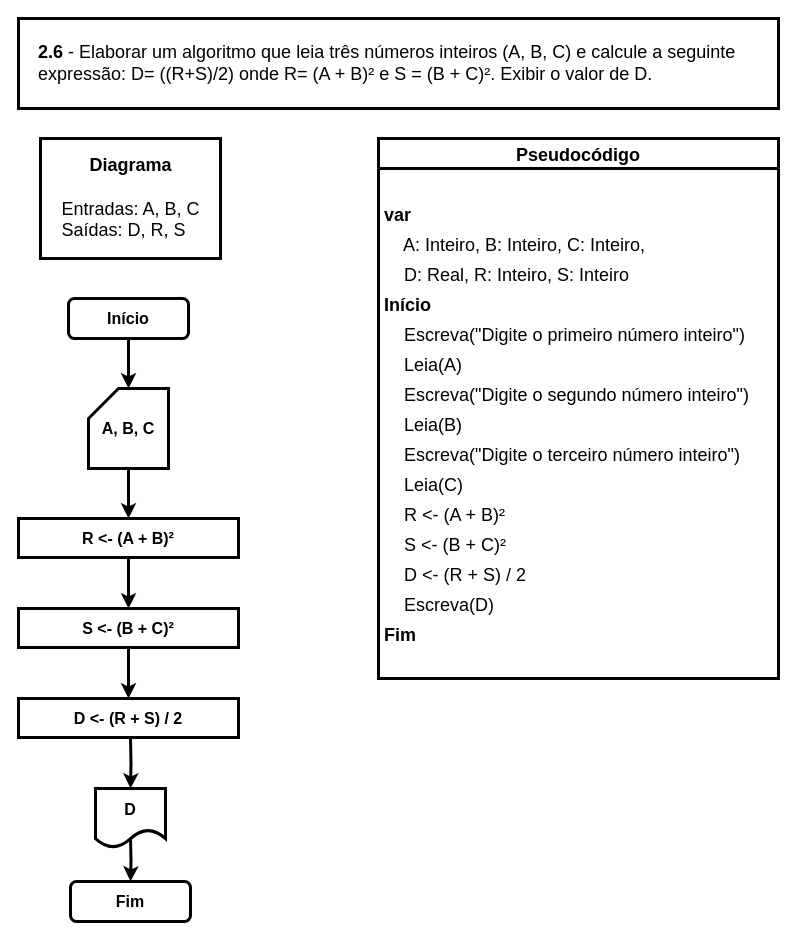
This is page "Ex. 2.6" (10 of 14) of exercicios.drawio from iSamekh/draw.io, a draw.io file, before an edit. Source tidied: cells renumbered, new cells numbered last; positions are measured from the earlier drawing's top-left corner, leaving out a move shared by most shapes. Both pictures are drawn from the tidied source at 100%, with x=0, y=0 at pixel (18, 18).
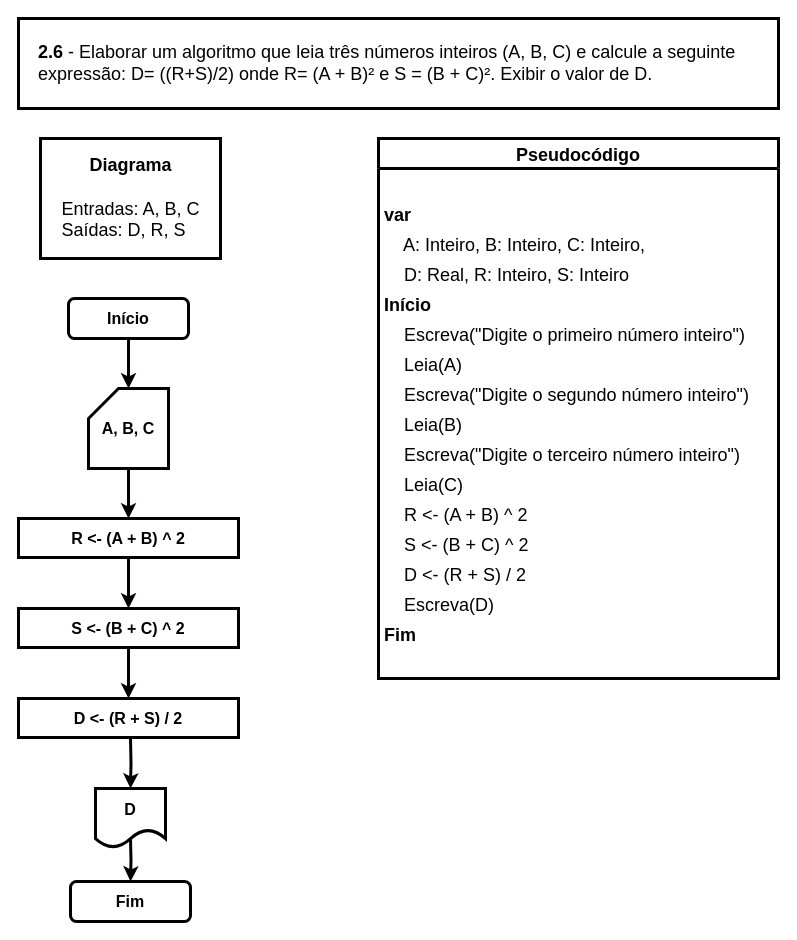
Above is the later version.

The change refers to these unchanged cells:
```xml
<mxCell id="11" value="Pseudocódigo" style="swimlane;fontStyle=1;horizontal=1;startSize=30;rounded=0;shadow=0;labelBackgroundColor=#FFFFFF;labelBorderColor=none;sketch=0;fillStyle=auto;strokeColor=default;strokeWidth=3;fillColor=default;swimlaneLine=1;glass=0;arcSize=20;fontSize=18;spacing=10;" parent="1" vertex="1">
  <mxGeometry x="360" y="120" width="400" height="540" as="geometry" />
</mxCell>
```

What changed in the source:
```diff
@@
-    <mxCell id="10" value="R &amp;lt;- (A + B)²" style="rounded=0;whiteSpace=wrap;html=1;fontStyle=1;fontSize=16;strokeWidth=3;" parent="1" vertex="1">
+    <mxCell id="10" value="R &amp;lt;- (A + B) ^ 2" style="rounded=0;whiteSpace=wrap;html=1;fontStyle=1;fontSize=16;strokeWidth=3;" parent="1" vertex="1">
       <mxGeometry y="500" width="220" height="39" as="geometry" />
     </mxCell>
@@
-    <mxCell id="23" value="    R &lt;- (A + B)²" style="text;strokeColor=none;fillColor=none;align=left;verticalAlign=middle;spacingLeft=4;spacingRight=4;overflow=hidden;rounded=1;shadow=0;labelBackgroundColor=none;labelBorderColor=none;sketch=1;fillStyle=auto;strokeWidth=3;fontStyle=0;fontSize=18;" parent="11" vertex="1">
+    <mxCell id="23" value="    R &lt;- (A + B) ^ 2" style="text;strokeColor=none;fillColor=none;align=left;verticalAlign=middle;spacingLeft=4;spacingRight=4;overflow=hidden;rounded=1;shadow=0;labelBackgroundColor=none;labelBorderColor=none;sketch=1;fillStyle=auto;strokeWidth=3;fontStyle=0;fontSize=18;" parent="11" vertex="1">
       <mxGeometry y="360" width="400" height="30" as="geometry" />
     </mxCell>
-    <mxCell id="24" value="    S &lt;- (B + C)²" style="text;strokeColor=none;fillColor=none;align=left;verticalAlign=middle;spacingLeft=4;spacingRight=4;overflow=hidden;rounded=1;shadow=0;labelBackgroundColor=none;labelBorderColor=none;sketch=1;fillStyle=auto;strokeWidth=3;fontStyle=0;fontSize=18;" parent="11" vertex="1">
+    <mxCell id="24" value="    S &lt;- (B + C) ^ 2" style="text;strokeColor=none;fillColor=none;align=left;verticalAlign=middle;spacingLeft=4;spacingRight=4;overflow=hidden;rounded=1;shadow=0;labelBackgroundColor=none;labelBorderColor=none;sketch=1;fillStyle=auto;strokeWidth=3;fontStyle=0;fontSize=18;" parent="11" vertex="1">
       <mxGeometry y="390" width="400" height="30" as="geometry" />
     </mxCell>
@@
-    <mxCell id="32" value="S &amp;lt;- (B + C)²" style="rounded=0;whiteSpace=wrap;html=1;fontStyle=1;fontSize=16;strokeWidth=3;" parent="1" vertex="1">
+    <mxCell id="32" value="S &amp;lt;- (B + C) ^ 2" style="rounded=0;whiteSpace=wrap;html=1;fontStyle=1;fontSize=16;strokeWidth=3;" parent="1" vertex="1">
       <mxGeometry y="590" width="220" height="39" as="geometry" />
     </mxCell>
```
